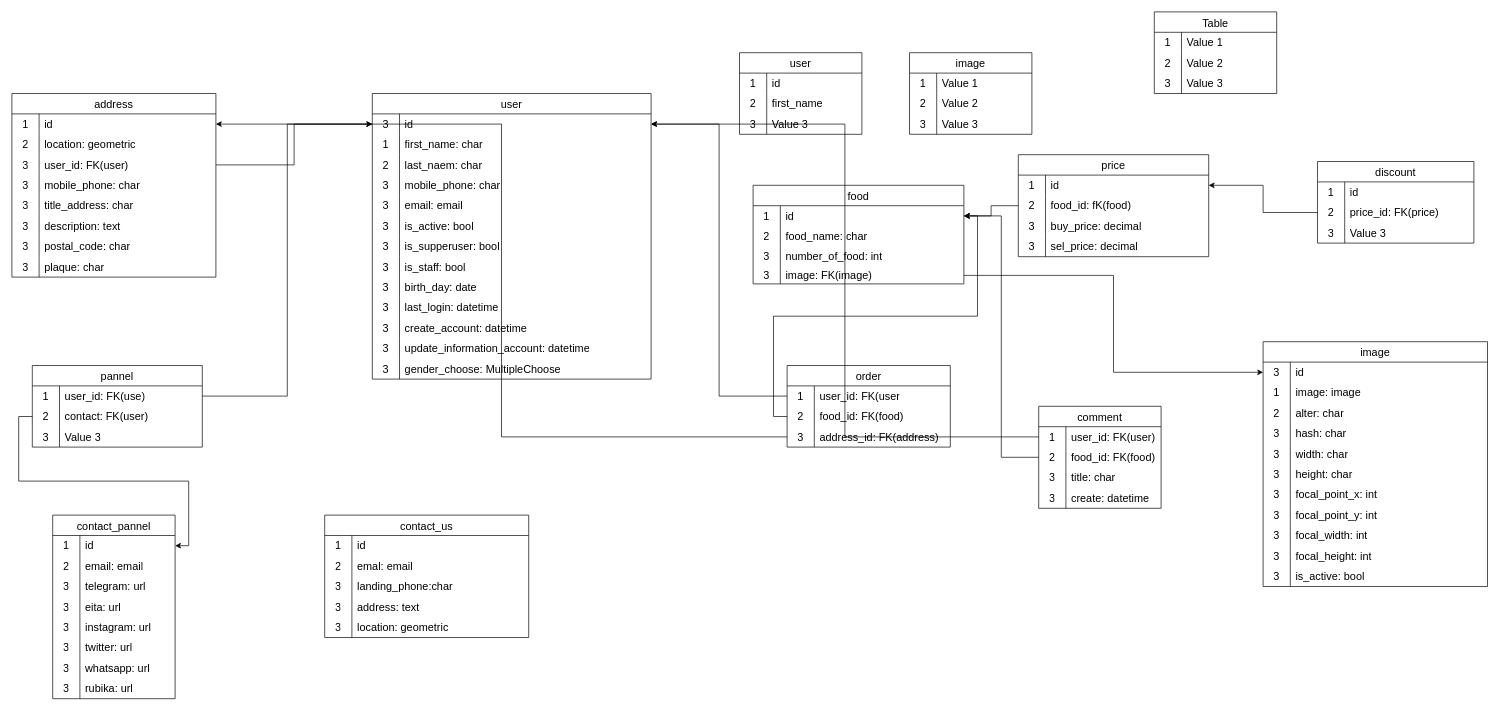
Before: cafe_resturant.drawio in mrgdeveloper1401/cafe_resturant, a draw.io diagram. Source tidied: cells renumbered, new cells numbered last; positions are measured from the earlier drawing's top-left corner, leaving out a move shared by most shapes. Both pictures are drawn from the tidied source at 68%, with x=0, y=0 at pixel (12, 12).
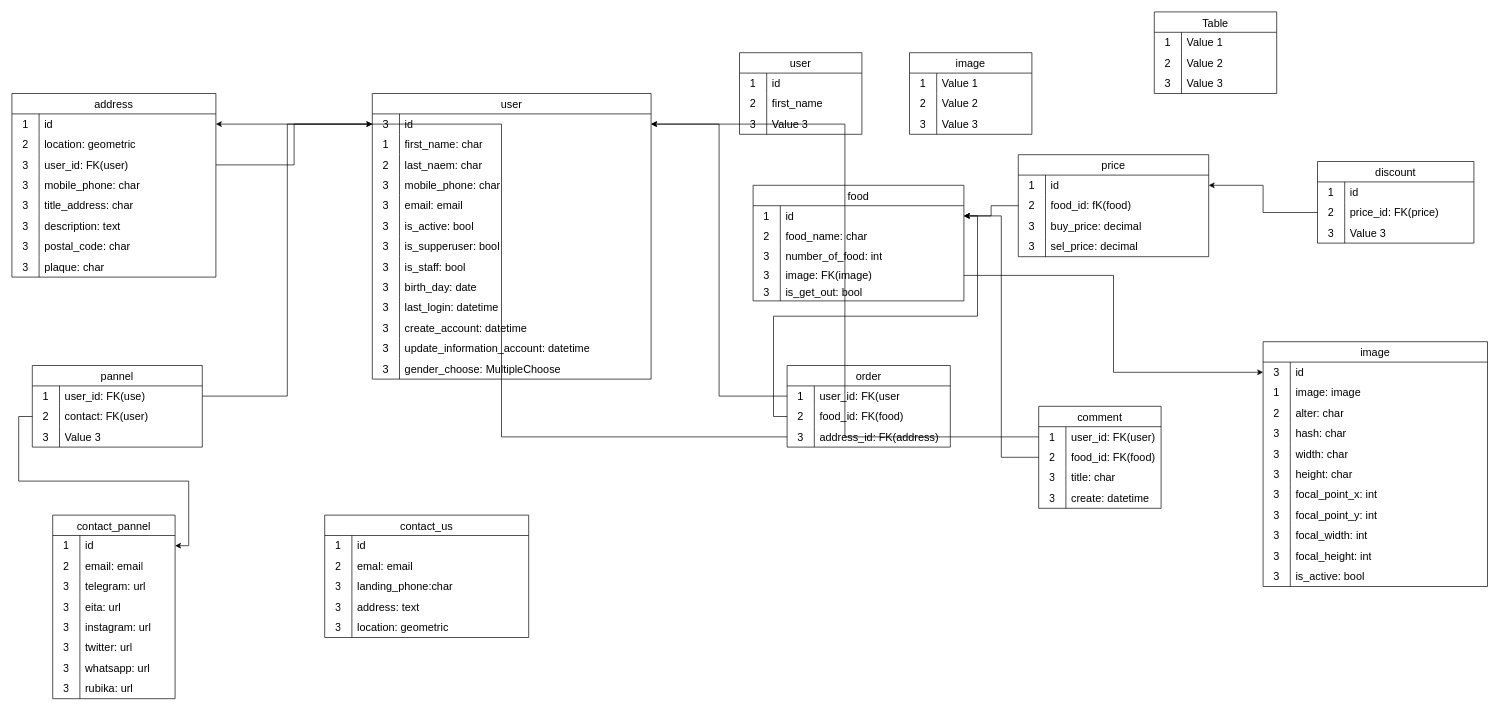
Above is the later version.

The edit, as a diff of the source:
```diff
@@
     <mxCell id="25" value="food" style="shape=table;startSize=30;childLayout=tableLayout;rowLines=0;fontStyle=0;strokeColor=default;fontSize=16;" parent="1" vertex="1">
-      <mxGeometry x="1090" y="255" width="310" height="145" as="geometry" />
+      <mxGeometry x="1090" y="255" width="310" height="170" as="geometry" />
     </mxCell>
@@
+    <mxCell id="252" style="shape=tableRow;horizontal=0;startSize=0;swimlaneHead=0;swimlaneBody=0;top=0;left=0;bottom=0;right=0;fillColor=none;strokeColor=inherit;fontSize=16;" parent="25" vertex="1">
+      <mxGeometry y="145" width="310" height="25" as="geometry" />
+    </mxCell>
+    <mxCell id="253" value="3" style="shape=partialRectangle;html=1;whiteSpace=wrap;fillColor=none;top=0;left=0;bottom=0;right=0;overflow=hidden;strokeColor=inherit;fontSize=16;" parent="252" vertex="1">
+      <mxGeometry width="40" height="25" as="geometry" />
+    </mxCell>
+    <mxCell id="254" value="is_get_out: bool" style="shape=partialRectangle;html=1;whiteSpace=wrap;fillColor=none;top=0;left=0;bottom=0;right=0;align=left;spacingLeft=6;overflow=hidden;strokeColor=inherit;fontSize=16;" parent="252" vertex="1">
+      <mxGeometry x="40" width="270" height="25" as="geometry" />
+    </mxCell>
```
